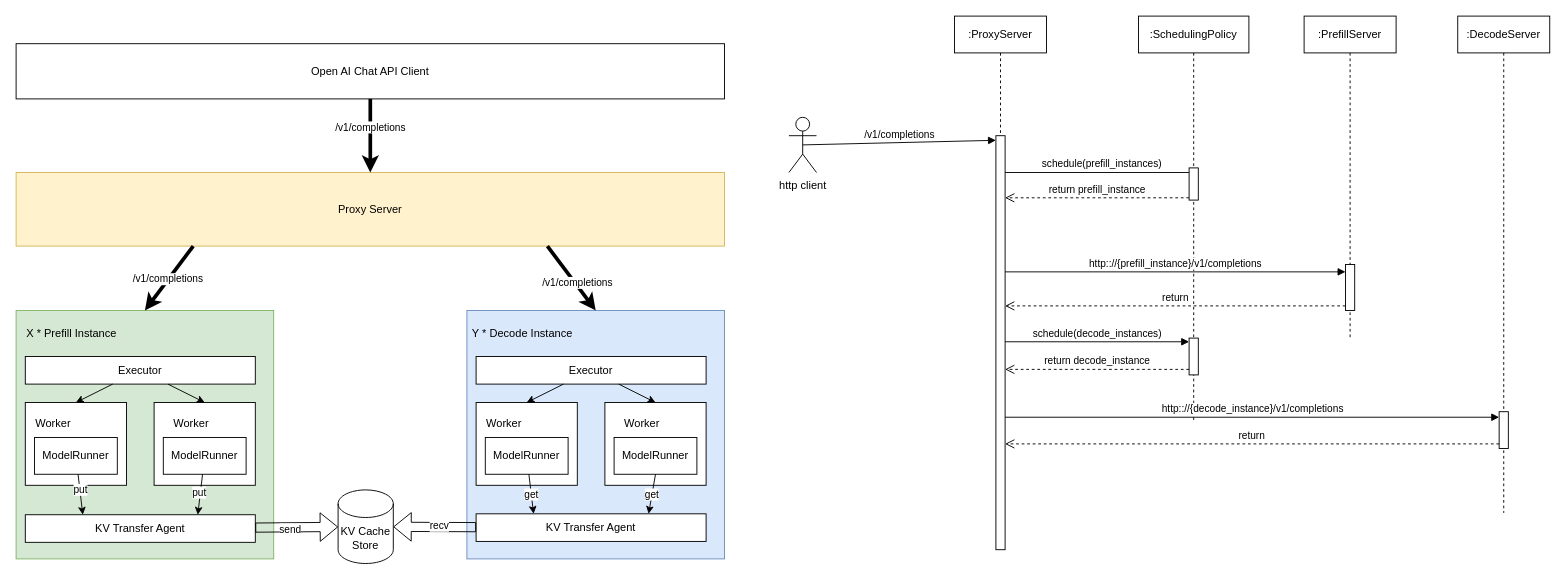
This is page "xpyd" (12 of 12) of vllm/engine/vllm.drawio from chaojun-zhang/vllm, a draw.io file, before an edit. Source tidied: cells renumbered, new cells numbered last; positions are measured from the earlier drawing's top-left corner, leaving out a move shared by most shapes. Both pictures are drawn from the tidied source at 92%, with x=0, y=0 at pixel (16, 16).
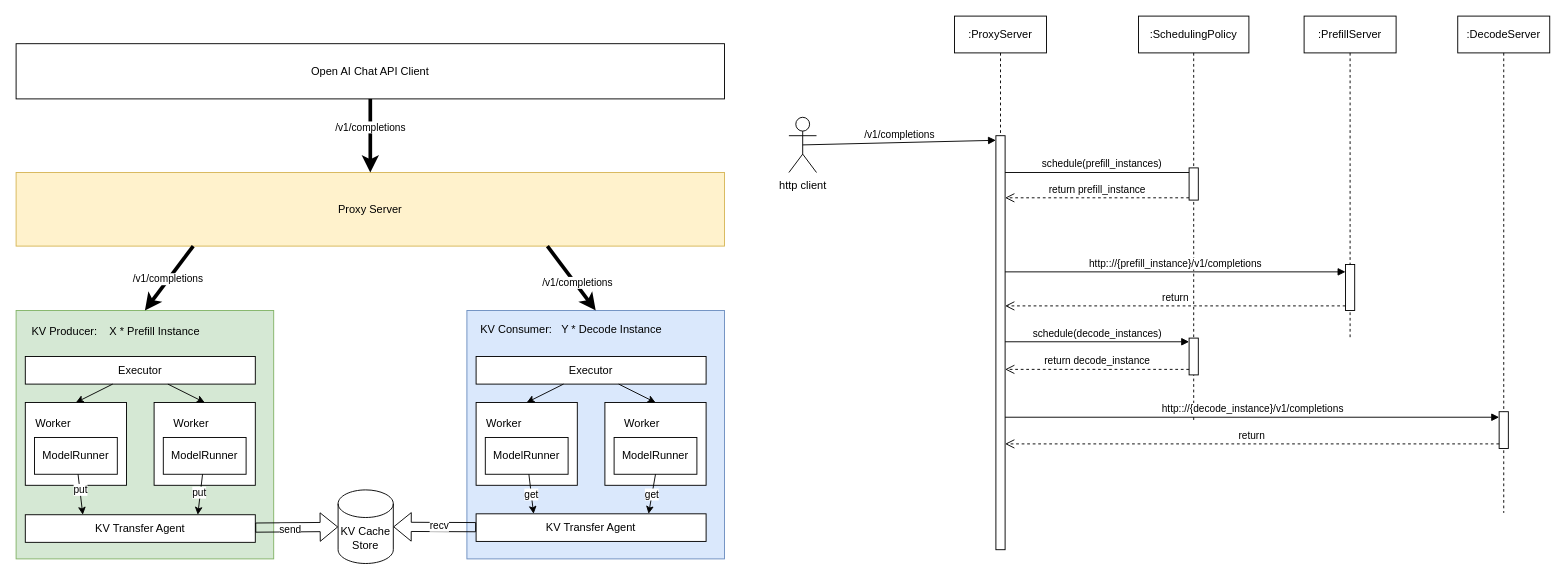
Above is the later version.

Diff of the diagram source:
```diff
@@
-    <mxCell id="25" value="X * Prefill Instance" style="text;html=1;align=center;verticalAlign=middle;strokeColor=none;fillColor=none;" parent="1" vertex="1">
-      <mxGeometry y="330" width="120" height="30" as="geometry" />
+    <mxCell id="25" value="KV Producer:&amp;nbsp; &amp;nbsp; X * Prefill Instance" style="text;html=1;align=center;verticalAlign=middle;strokeColor=none;fillColor=none;" parent="1" vertex="1">
+      <mxGeometry x="7" y="330" width="201" height="26" as="geometry" />
     </mxCell>
@@
-    <mxCell id="36" value="Y * Decode Instance" style="text;html=1;align=center;verticalAlign=middle;strokeColor=none;fillColor=none;" parent="1" vertex="1">
-      <mxGeometry x="485" y="330" width="130" height="30" as="geometry" />
+    <mxCell id="36" value="KV Consumer:&amp;nbsp; &amp;nbsp;Y * Decode Instance" style="text;html=1;align=center;verticalAlign=middle;strokeColor=none;fillColor=none;" parent="1" vertex="1">
+      <mxGeometry x="495" y="328" width="215" height="26" as="geometry" />
     </mxCell>
```
